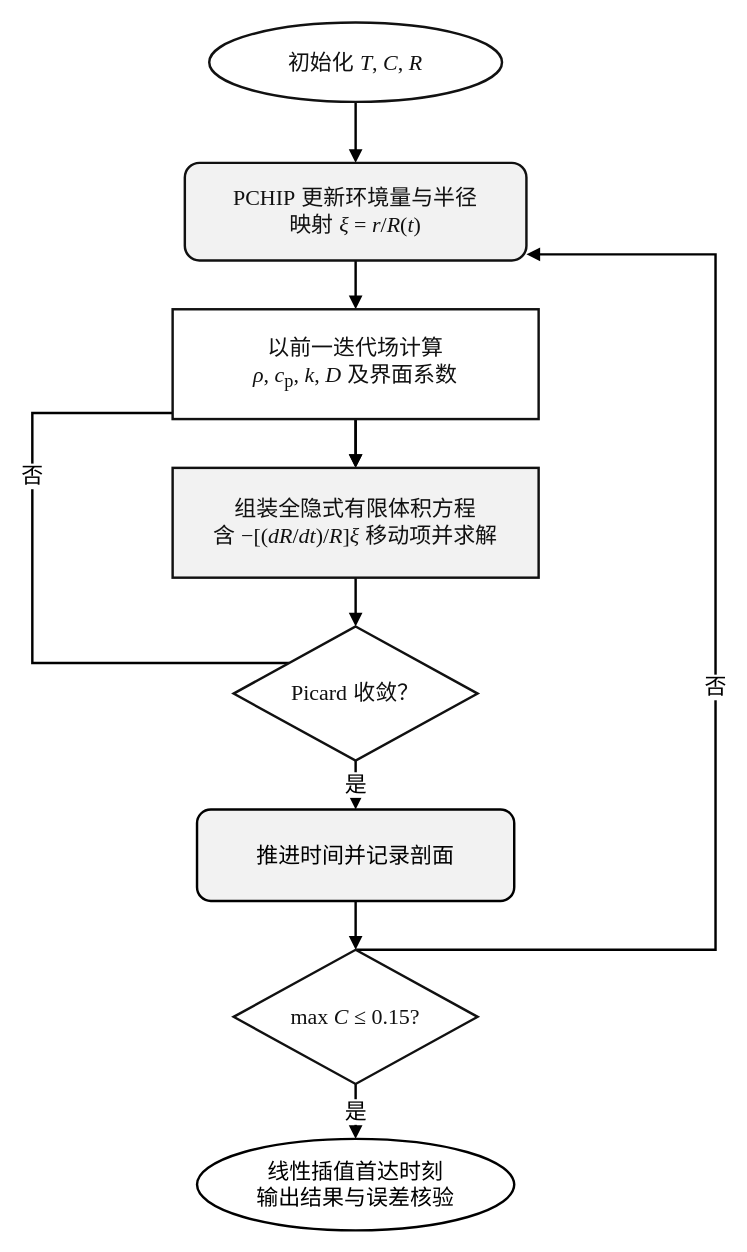
Before: CUMCM2026Problems/A题/drawio/moving_boundary_solver.drawio in Ruan-WH/26mathmodel, a draw.io diagram. Source tidied: cells renumbered, new cells numbered last; positions are measured from the earlier drawing's top-left corner, leaving out a move shared by most shapes. Both pictures are drawn from the tidied source at 122%, with x=0, y=0 at pixel (32, 22).
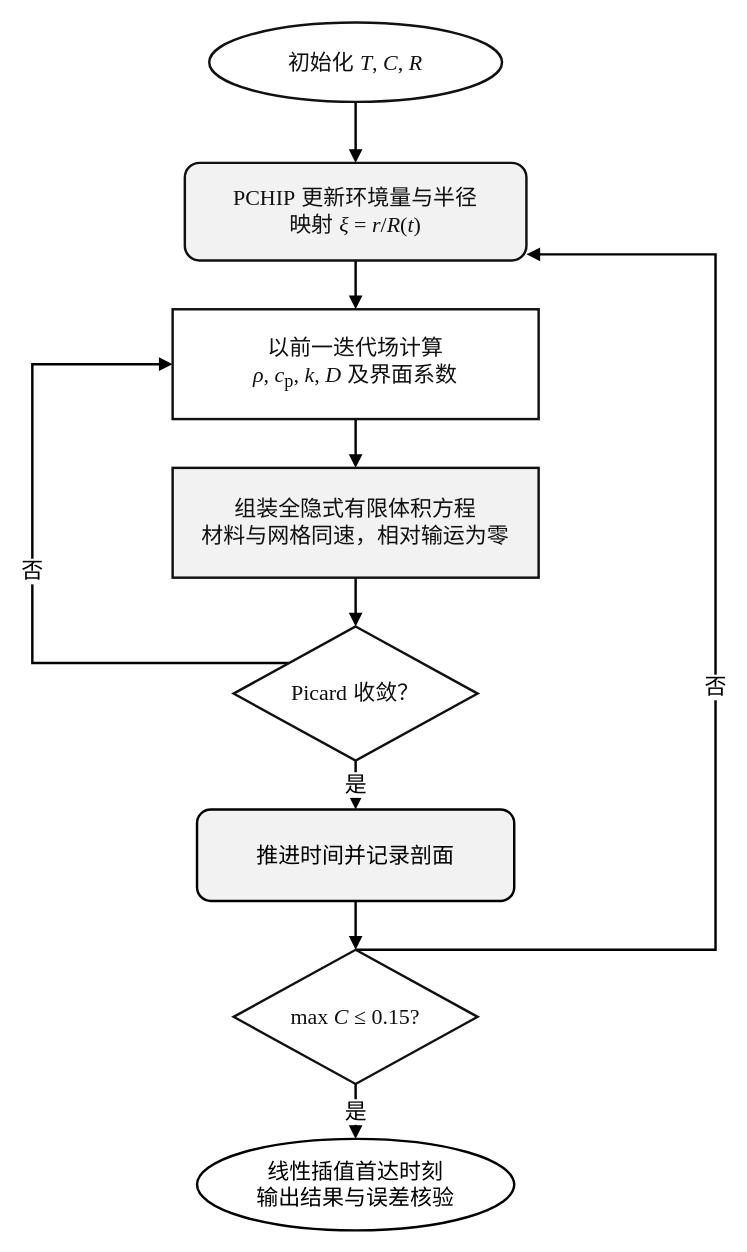
After the change.

The change refers to these unchanged cells:
```xml
<mxCell id="13" value="&lt;font face=&quot;SimSun&quot;&gt;以前一迭代场计算&lt;/font&gt;&lt;br&gt;&lt;font face=&quot;Times New Roman&quot;&gt;&lt;i&gt;ρ&lt;/i&gt;, &lt;i&gt;c&lt;/i&gt;&lt;sub&gt;p&lt;/sub&gt;, &lt;i&gt;k&lt;/i&gt;, &lt;i&gt;D&lt;/i&gt;&lt;/font&gt;&lt;font face=&quot;SimSun&quot;&gt; 及界面系数&lt;/font&gt;" style="rounded=0;whiteSpace=wrap;html=1;strokeColor=#111111;strokeWidth=2;fillColor=#ffffff;fontFamily=SimSun;fontSize=18;fontColor=#111111;" parent="1" vertex="1">
  <mxGeometry x="115" y="235" width="300" height="90" as="geometry" />
</mxCell>
<mxCell id="15" value="&lt;font face=&quot;Times New Roman&quot;&gt;Picard&lt;/font&gt;&lt;font face=&quot;SimSun&quot;&gt; 收敛？&lt;/font&gt;" style="rhombus;whiteSpace=wrap;html=1;strokeColor=#111111;strokeWidth=2;fillColor=#ffffff;fontFamily=SimSun;fontSize=18;fontColor=#111111;" parent="1" vertex="1">
  <mxGeometry x="165" y="495" width="200" height="110" as="geometry" />
</mxCell>
```

Diff of the diagram source:
```diff
@@
-    <mxCell id="6" value="否" style="edgeStyle=orthogonalEdgeStyle;rounded=0;html=1;endArrow=block;endFill=1;strokeWidth=2;strokeColor=#000000;fontFamily=SimSun;fontSize=18;" parent="1" edge="1" source="15" target="14">
+    <mxCell id="6" value="否" style="edgeStyle=orthogonalEdgeStyle;rounded=0;html=1;endArrow=block;endFill=1;strokeWidth=2;strokeColor=#000000;fontFamily=SimSun;fontSize=18;" parent="1" edge="1" source="15" target="13">
       <mxGeometry relative="1" as="geometry">
         <Array as="points">
           <mxPoint y="525" />
-          <mxPoint y="320" />
+          <mxPoint y="280" />
         </Array>
       </mxGeometry>
     </mxCell>
@@
-    <mxCell id="14" value="&lt;font face=&quot;SimSun&quot;&gt;组装全隐式有限体积方程&lt;/font&gt;&lt;br&gt;&lt;font face=&quot;SimSun&quot;&gt;含 &lt;/font&gt;&lt;font face=&quot;Times New Roman&quot;&gt;−[(&lt;i&gt;dR&lt;/i&gt;/&lt;i&gt;dt&lt;/i&gt;)/&lt;i&gt;R&lt;/i&gt;]&lt;i&gt;ξ&lt;/i&gt;&lt;/font&gt;&lt;font face=&quot;SimSun&quot;&gt; 移动项并求解&lt;/font&gt;" style="rounded=0;whiteSpace=wrap;html=1;strokeColor=#111111;strokeWidth=2;fillColor=#f2f2f2;fontFamily=SimSun;fontSize=18;fontColor=#111111;" parent="1" vertex="1">
+    <mxCell id="14" value="&lt;font face=&quot;SimSun&quot;&gt;组装全隐式有限体积方程&lt;/font&gt;&lt;br&gt;&lt;font face=&quot;SimSun&quot;&gt;材料与网格同速，相对输运为零&lt;/font&gt;" style="rounded=0;whiteSpace=wrap;html=1;strokeColor=#111111;strokeWidth=2;fillColor=#f2f2f2;fontFamily=SimSun;fontSize=18;fontColor=#111111;" parent="1" vertex="1">
       <mxGeometry x="115" y="365" width="300" height="90" as="geometry" />
     </mxCell>
```
